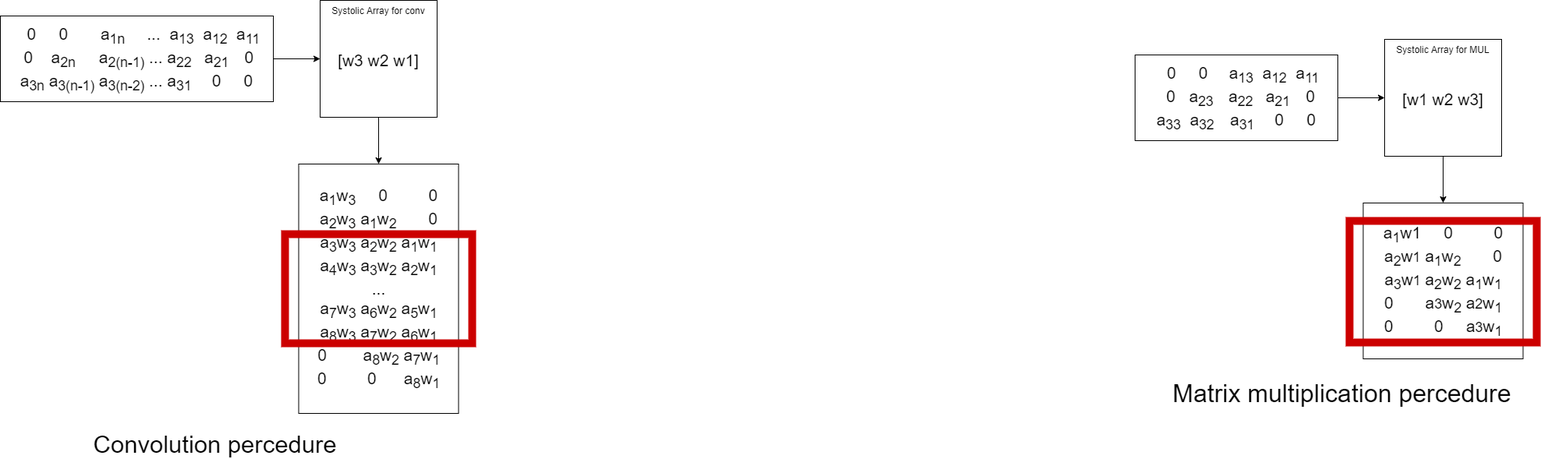
Before: whh_tpu_v1/diagram/Systolic_data_pattern.png, a diagram exported from draw.io (abdullah8a0/one-chan). Source tidied: cells renumbered, new cells last; positions are measured from the earlier drawing's top-left corner, leaving out a move shared by most shapes. Its diagram source:
```xml
<mxGraphModel>
  <root>
    <mxCell id="0" />
    <mxCell id="1" parent="0" />
    <mxCell id="2" style="edgeStyle=none;html=1;fontSize=21;" parent="1" edge="1" source="3" target="6">
      <mxGeometry relative="1" as="geometry" />
    </mxCell>
    <mxCell id="3" value="Systolic Array for conv&lt;br&gt;&lt;br&gt;&lt;br&gt;&lt;br&gt;&lt;font style=&quot;font-size: 21px&quot;&gt;[w3 w2 w1]&lt;/font&gt;" style="whiteSpace=wrap;html=1;verticalAlign=top;" parent="1" vertex="1">
      <mxGeometry x="410" width="150" height="150" as="geometry" />
    </mxCell>
    <mxCell id="4" style="edgeStyle=none;html=1;fontSize=21;" parent="1" edge="1" source="5" target="3">
      <mxGeometry relative="1" as="geometry" />
    </mxCell>
    <mxCell id="5" value="&amp;nbsp; &amp;nbsp;0&amp;nbsp;&amp;nbsp; &amp;nbsp; 0&amp;nbsp;&amp;nbsp;&lt;span style=&quot;font-size: 17.5px&quot;&gt;&amp;nbsp;&amp;nbsp; &amp;nbsp;&amp;nbsp;&lt;/span&gt;&amp;nbsp;a&lt;sub&gt;1n&amp;nbsp;&lt;/sub&gt;&amp;nbsp; &amp;nbsp; ...&amp;nbsp; a&lt;sub&gt;13&lt;/sub&gt;&amp;nbsp; a&lt;sub&gt;12&lt;/sub&gt;&amp;nbsp; a&lt;sub&gt;11&lt;/sub&gt;&lt;br&gt;&amp;nbsp;&lt;span&gt;0&amp;nbsp; &amp;nbsp; a&lt;/span&gt;&lt;sub&gt;2n&amp;nbsp; &amp;nbsp; &amp;nbsp;&lt;/sub&gt;&lt;span&gt; a&lt;/span&gt;&lt;sub&gt;2(n-1)&lt;/sub&gt;&lt;span&gt; ... a&lt;/span&gt;&lt;sub&gt;22&amp;nbsp;&lt;/sub&gt;&lt;span&gt;&amp;nbsp; a&lt;/span&gt;&lt;sub&gt;21&amp;nbsp; &amp;nbsp;&lt;/sub&gt;&lt;span&gt;&amp;nbsp;0&lt;/span&gt;&lt;br&gt;a&lt;sub&gt;3n&lt;/sub&gt; a&lt;sub&gt;3(n-1)&lt;/sub&gt; a&lt;sub&gt;3(n-2)&lt;/sub&gt;&amp;nbsp;... a&lt;sub&gt;31&amp;nbsp; &amp;nbsp;&lt;/sub&gt;&amp;nbsp; 0&amp;nbsp; &amp;nbsp; &amp;nbsp;0" style="rounded=0;whiteSpace=wrap;html=1;fontSize=21;align=center;" parent="1" vertex="1">
      <mxGeometry y="20" width="350" height="110" as="geometry" />
    </mxCell>
    <mxCell id="6" value="a&lt;sub&gt;1&lt;/sub&gt;w&lt;sub&gt;3&amp;nbsp; &amp;nbsp; &amp;nbsp; &lt;/sub&gt;0&amp;nbsp; &amp;nbsp; &amp;nbsp; &amp;nbsp; &amp;nbsp;0&lt;br&gt;a&lt;sub&gt;2&lt;/sub&gt;w&lt;sub&gt;3&lt;/sub&gt; a&lt;sub&gt;1&lt;/sub&gt;w&lt;sub&gt;2&lt;/sub&gt;&amp;nbsp; &amp;nbsp; &amp;nbsp; &amp;nbsp;0&lt;br&gt;a&lt;sub&gt;3&lt;/sub&gt;w&lt;sub&gt;3&lt;/sub&gt; a&lt;sub&gt;2&lt;/sub&gt;w&lt;sub&gt;2&lt;/sub&gt; a&lt;sub&gt;1&lt;/sub&gt;w&lt;sub&gt;1&lt;/sub&gt;&lt;br&gt;a&lt;sub&gt;4&lt;/sub&gt;w&lt;sub&gt;3&lt;/sub&gt; a&lt;sub&gt;3&lt;/sub&gt;w&lt;sub&gt;2&lt;/sub&gt; a&lt;sub&gt;2&lt;/sub&gt;w&lt;sub&gt;1&lt;/sub&gt;&lt;br&gt;...&lt;br&gt;a&lt;sub&gt;7&lt;/sub&gt;w&lt;sub&gt;3&lt;/sub&gt; a&lt;sub&gt;6&lt;/sub&gt;w&lt;sub&gt;2&lt;/sub&gt; a&lt;sub&gt;5&lt;/sub&gt;w&lt;sub&gt;1&lt;/sub&gt;&lt;br&gt;a&lt;sub&gt;8&lt;/sub&gt;w&lt;sub&gt;3&lt;/sub&gt; a&lt;sub&gt;7&lt;/sub&gt;w&lt;sub&gt;2&lt;/sub&gt; a&lt;sub&gt;6&lt;/sub&gt;w&lt;sub&gt;1&lt;/sub&gt;&lt;br&gt;0&amp;nbsp; &amp;nbsp; &amp;nbsp; &amp;nbsp; a&lt;sub&gt;8&lt;/sub&gt;w&lt;sub&gt;2&lt;/sub&gt; a&lt;sub&gt;7&lt;/sub&gt;w&lt;sub&gt;1&lt;/sub&gt;&lt;br&gt;0&amp;nbsp; &amp;nbsp; &amp;nbsp; &amp;nbsp; &amp;nbsp;0&amp;nbsp; &amp;nbsp; &amp;nbsp; a&lt;sub&gt;8&lt;/sub&gt;w&lt;sub&gt;1&lt;/sub&gt;" style="whiteSpace=wrap;html=1;fontSize=21;" parent="1" vertex="1">
      <mxGeometry x="382.5" y="210" width="205" height="320" as="geometry" />
    </mxCell>
    <mxCell id="7" style="edgeStyle=none;html=1;fontSize=21;" parent="1" edge="1" source="8" target="11">
      <mxGeometry relative="1" as="geometry" />
    </mxCell>
    <mxCell id="8" value="Systolic Array for MUL&lt;br&gt;&lt;br&gt;&lt;br&gt;&lt;br&gt;&lt;font style=&quot;font-size: 21px&quot;&gt;[w1 w2 w3]&lt;/font&gt;" style="whiteSpace=wrap;html=1;verticalAlign=top;" parent="1" vertex="1">
      <mxGeometry x="1775" y="50" width="150" height="150" as="geometry" />
    </mxCell>
    <mxCell id="9" style="edgeStyle=none;html=1;fontSize=21;" parent="1" edge="1" source="10" target="8">
      <mxGeometry relative="1" as="geometry" />
    </mxCell>
    <mxCell id="10" value="&amp;nbsp; &amp;nbsp;0&amp;nbsp;&amp;nbsp; &amp;nbsp; 0&amp;nbsp;&amp;nbsp;&lt;span style=&quot;font-size: 17.5px&quot;&gt;&amp;nbsp;&amp;nbsp;&lt;/span&gt;&amp;nbsp;a&lt;sub&gt;13&lt;/sub&gt;&amp;nbsp; a&lt;sub&gt;12&lt;/sub&gt;&amp;nbsp; a&lt;sub&gt;11&lt;/sub&gt;&lt;br&gt;&amp;nbsp; &lt;span&gt;0&amp;nbsp; &amp;nbsp;a&lt;/span&gt;&lt;sub&gt;23&amp;nbsp; &amp;nbsp;&amp;nbsp;&lt;/sub&gt;&lt;span&gt;a&lt;/span&gt;&lt;sub&gt;22&amp;nbsp;&lt;/sub&gt;&lt;span&gt;&amp;nbsp; a&lt;/span&gt;&lt;sub&gt;21&amp;nbsp; &amp;nbsp;&lt;/sub&gt;&lt;span&gt;&amp;nbsp;0&lt;/span&gt;&lt;br&gt;a&lt;sub&gt;33&lt;/sub&gt;&amp;nbsp; a&lt;sub&gt;32&amp;nbsp; &amp;nbsp;&lt;/sub&gt;&amp;nbsp;a&lt;sub&gt;31&amp;nbsp; &amp;nbsp;&lt;/sub&gt;&amp;nbsp; 0&amp;nbsp; &amp;nbsp; &amp;nbsp;0" style="rounded=0;whiteSpace=wrap;html=1;fontSize=21;align=center;" parent="1" vertex="1">
      <mxGeometry x="1455" y="70" width="260" height="110" as="geometry" />
    </mxCell>
    <mxCell id="11" value="a&lt;sub&gt;1&lt;/sub&gt;w1&lt;sub&gt;&amp;nbsp; &amp;nbsp; &amp;nbsp;&amp;nbsp;&lt;/sub&gt;0&amp;nbsp; &amp;nbsp; &amp;nbsp; &amp;nbsp; &amp;nbsp;0&lt;br&gt;a&lt;sub&gt;2&lt;/sub&gt;w&lt;span style=&quot;font-size: 17.5px&quot;&gt;1&lt;/span&gt;&amp;nbsp;a&lt;sub&gt;1&lt;/sub&gt;w&lt;sub&gt;2&lt;/sub&gt;&amp;nbsp; &amp;nbsp; &amp;nbsp; &amp;nbsp;0&lt;br&gt;a&lt;sub&gt;3&lt;/sub&gt;w&lt;span style=&quot;font-size: 17.5px&quot;&gt;1&lt;/span&gt;&amp;nbsp;a&lt;sub&gt;2&lt;/sub&gt;w&lt;sub&gt;2&lt;/sub&gt; a&lt;sub&gt;1&lt;/sub&gt;w&lt;sub&gt;1&lt;/sub&gt;&lt;br&gt;0&amp;nbsp; &amp;nbsp; &amp;nbsp; &amp;nbsp;a&lt;span style=&quot;font-size: 17.5px&quot;&gt;3&lt;/span&gt;w&lt;sub&gt;2&lt;/sub&gt; a&lt;span style=&quot;font-size: 17.5px&quot;&gt;2&lt;/span&gt;w&lt;sub&gt;1&lt;/sub&gt;&lt;br&gt;0&amp;nbsp; &amp;nbsp; &amp;nbsp; &amp;nbsp; &amp;nbsp;0&amp;nbsp; &amp;nbsp; &amp;nbsp;a&lt;span style=&quot;font-size: 17.5px&quot;&gt;3&lt;/span&gt;w&lt;sub&gt;1&lt;/sub&gt;" style="whiteSpace=wrap;html=1;fontSize=21;" parent="1" vertex="1">
      <mxGeometry x="1747.5" y="260" width="205" height="200" as="geometry" />
    </mxCell>
    <mxCell id="12" value="&lt;font style=&quot;font-size: 31px&quot;&gt;Convolution percedure&lt;/font&gt;" style="text;html=1;align=center;verticalAlign=middle;strokeColor=none;fillColor=none;fontSize=21;" parent="1" vertex="1">
      <mxGeometry x="110" y="555" width="330" height="30" as="geometry" />
    </mxCell>
    <mxCell id="13" value="&lt;font style=&quot;font-size: 32px&quot;&gt;Matrix multiplication percedure&lt;/font&gt;" style="text;html=1;align=center;verticalAlign=middle;strokeColor=none;fillColor=none;fontSize=21;" parent="1" vertex="1">
      <mxGeometry x="1495" y="490" width="450" height="30" as="geometry" />
    </mxCell>
    <mxCell id="14" style="rounded=0;whiteSpace=wrap;html=1;labelBackgroundColor=none;fontSize=21;strokeColor=#CC0000;fillColor=none;strokeWidth=10;" parent="1" vertex="1">
      <mxGeometry x="365" y="300" width="240" height="140" as="geometry" />
    </mxCell>
    <mxCell id="15" style="rounded=0;whiteSpace=wrap;html=1;labelBackgroundColor=none;fontSize=21;strokeColor=#CC0000;fillColor=none;strokeWidth=10;" parent="1" vertex="1">
      <mxGeometry x="1730" y="283" width="240" height="156" as="geometry" />
    </mxCell>
  </root>
</mxGraphModel>
```
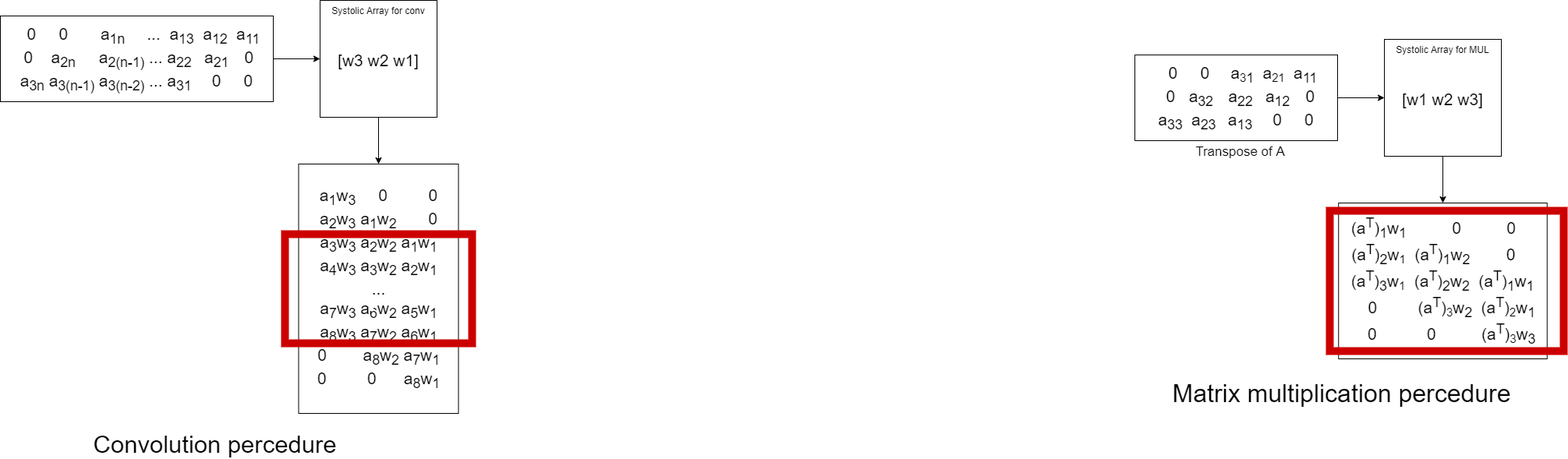
The same diagram one commit later.

Change to the diagram source:
```diff
@@ -26,11 +26,11 @@
     <mxCell id="9" style="edgeStyle=none;html=1;fontSize=21;" parent="1" edge="1" source="10" target="8">
       <mxGeometry relative="1" as="geometry" />
     </mxCell>
-    <mxCell id="10" value="&amp;nbsp; &amp;nbsp;0&amp;nbsp;&amp;nbsp; &amp;nbsp; 0&amp;nbsp;&amp;nbsp;&lt;span style=&quot;font-size: 17.5px&quot;&gt;&amp;nbsp;&amp;nbsp;&lt;/span&gt;&amp;nbsp;a&lt;sub&gt;13&lt;/sub&gt;&amp;nbsp; a&lt;sub&gt;12&lt;/sub&gt;&amp;nbsp; a&lt;sub&gt;11&lt;/sub&gt;&lt;br&gt;&amp;nbsp; &lt;span&gt;0&amp;nbsp; &amp;nbsp;a&lt;/span&gt;&lt;sub&gt;23&amp;nbsp; &amp;nbsp;&amp;nbsp;&lt;/sub&gt;&lt;span&gt;a&lt;/span&gt;&lt;sub&gt;22&amp;nbsp;&lt;/sub&gt;&lt;span&gt;&amp;nbsp; a&lt;/span&gt;&lt;sub&gt;21&amp;nbsp; &amp;nbsp;&lt;/sub&gt;&lt;span&gt;&amp;nbsp;0&lt;/span&gt;&lt;br&gt;a&lt;sub&gt;33&lt;/sub&gt;&amp;nbsp; a&lt;sub&gt;32&amp;nbsp; &amp;nbsp;&lt;/sub&gt;&amp;nbsp;a&lt;sub&gt;31&amp;nbsp; &amp;nbsp;&lt;/sub&gt;&amp;nbsp; 0&amp;nbsp; &amp;nbsp; &amp;nbsp;0" style="rounded=0;whiteSpace=wrap;html=1;fontSize=21;align=center;" parent="1" vertex="1">
+    <mxCell id="10" value="&amp;nbsp; &amp;nbsp;0&amp;nbsp;&amp;nbsp; &amp;nbsp; 0&amp;nbsp;&amp;nbsp;&lt;span style=&quot;font-size: 17.5px&quot;&gt;&amp;nbsp;&amp;nbsp;&lt;/span&gt;&amp;nbsp;a&lt;span style=&quot;font-size: 17.5px&quot;&gt;&lt;sub&gt;3&lt;/sub&gt;&lt;/span&gt;&lt;sub&gt;1&lt;/sub&gt;&amp;nbsp; a&lt;span style=&quot;font-size: 17.5px&quot;&gt;&lt;sub&gt;21&lt;/sub&gt;&lt;/span&gt;&amp;nbsp; a&lt;sub&gt;11&lt;/sub&gt;&lt;br&gt;&amp;nbsp; &lt;span&gt;0&amp;nbsp; &amp;nbsp;a&lt;/span&gt;&lt;sub&gt;32&amp;nbsp; &amp;nbsp;&amp;nbsp;&lt;/sub&gt;&lt;span&gt;a&lt;/span&gt;&lt;sub&gt;22&amp;nbsp;&lt;/sub&gt;&lt;span&gt;&amp;nbsp; a&lt;/span&gt;&lt;sub&gt;12&amp;nbsp; &amp;nbsp;&lt;/sub&gt;&lt;span&gt;&amp;nbsp;0&lt;/span&gt;&lt;br&gt;a&lt;sub&gt;33&lt;/sub&gt;&amp;nbsp; a&lt;sub&gt;23&amp;nbsp;&amp;nbsp;&lt;/sub&gt;&amp;nbsp;a&lt;sub&gt;13&amp;nbsp; &amp;nbsp;&lt;/sub&gt;&amp;nbsp; 0&amp;nbsp; &amp;nbsp; &amp;nbsp;0" style="rounded=0;whiteSpace=wrap;html=1;fontSize=21;align=center;" parent="1" vertex="1">
       <mxGeometry x="1455" y="70" width="260" height="110" as="geometry" />
     </mxCell>
-    <mxCell id="11" value="a&lt;sub&gt;1&lt;/sub&gt;w1&lt;sub&gt;&amp;nbsp; &amp;nbsp; &amp;nbsp;&amp;nbsp;&lt;/sub&gt;0&amp;nbsp; &amp;nbsp; &amp;nbsp; &amp;nbsp; &amp;nbsp;0&lt;br&gt;a&lt;sub&gt;2&lt;/sub&gt;w&lt;span style=&quot;font-size: 17.5px&quot;&gt;1&lt;/span&gt;&amp;nbsp;a&lt;sub&gt;1&lt;/sub&gt;w&lt;sub&gt;2&lt;/sub&gt;&amp;nbsp; &amp;nbsp; &amp;nbsp; &amp;nbsp;0&lt;br&gt;a&lt;sub&gt;3&lt;/sub&gt;w&lt;span style=&quot;font-size: 17.5px&quot;&gt;1&lt;/span&gt;&amp;nbsp;a&lt;sub&gt;2&lt;/sub&gt;w&lt;sub&gt;2&lt;/sub&gt; a&lt;sub&gt;1&lt;/sub&gt;w&lt;sub&gt;1&lt;/sub&gt;&lt;br&gt;0&amp;nbsp; &amp;nbsp; &amp;nbsp; &amp;nbsp;a&lt;span style=&quot;font-size: 17.5px&quot;&gt;3&lt;/span&gt;w&lt;sub&gt;2&lt;/sub&gt; a&lt;span style=&quot;font-size: 17.5px&quot;&gt;2&lt;/span&gt;w&lt;sub&gt;1&lt;/sub&gt;&lt;br&gt;0&amp;nbsp; &amp;nbsp; &amp;nbsp; &amp;nbsp; &amp;nbsp;0&amp;nbsp; &amp;nbsp; &amp;nbsp;a&lt;span style=&quot;font-size: 17.5px&quot;&gt;3&lt;/span&gt;w&lt;sub&gt;1&lt;/sub&gt;" style="whiteSpace=wrap;html=1;fontSize=21;" parent="1" vertex="1">
-      <mxGeometry x="1747.5" y="260" width="205" height="200" as="geometry" />
+    <mxCell id="11" value="(a&lt;sup&gt;T&lt;/sup&gt;&lt;span style=&quot;font-size: 21px&quot;&gt;)&lt;/span&gt;&lt;sub&gt;1&lt;/sub&gt;w&lt;sub&gt;1&amp;nbsp; &amp;nbsp; &amp;nbsp; &amp;nbsp; &amp;nbsp; &amp;nbsp;&amp;nbsp;&lt;/sub&gt;0&amp;nbsp; &amp;nbsp; &amp;nbsp; &amp;nbsp; &amp;nbsp; 0&amp;nbsp; &amp;nbsp;&amp;nbsp;&lt;br&gt;(a&lt;sup&gt;T&lt;/sup&gt;)&lt;sub&gt;2&lt;/sub&gt;w&lt;span style=&quot;font-size: 17.5px&quot;&gt;&lt;sub&gt;1&lt;/sub&gt;&lt;/span&gt;&amp;nbsp; (a&lt;sup&gt;T&lt;/sup&gt;)&lt;sub&gt;1&lt;/sub&gt;w&lt;sub&gt;2&lt;/sub&gt;&amp;nbsp; &amp;nbsp; &amp;nbsp; &amp;nbsp; 0&amp;nbsp; &amp;nbsp;&amp;nbsp;&lt;br&gt;(a&lt;sup&gt;T&lt;/sup&gt;)&lt;sub&gt;3&lt;/sub&gt;w&lt;span style=&quot;font-size: 17.5px&quot;&gt;&lt;sub&gt;1&lt;/sub&gt;&lt;/span&gt;&amp;nbsp; (a&lt;sup&gt;T&lt;/sup&gt;)&lt;sub&gt;2&lt;/sub&gt;w&lt;sub&gt;2&lt;/sub&gt;&amp;nbsp; (a&lt;sup&gt;T&lt;/sup&gt;)&lt;sub&gt;1&lt;/sub&gt;w&lt;sub&gt;1&lt;/sub&gt;&lt;br&gt;&amp;nbsp; &amp;nbsp; 0&amp;nbsp; &amp;nbsp; &amp;nbsp; &amp;nbsp; &amp;nbsp;(a&lt;sup&gt;T&lt;/sup&gt;)&lt;span style=&quot;font-size: 17.5px&quot;&gt;&lt;sub&gt;3&lt;/sub&gt;&lt;/span&gt;w&lt;sub&gt;2&lt;/sub&gt;&amp;nbsp; (a&lt;sup&gt;T&lt;/sup&gt;)&lt;span style=&quot;font-size: 17.5px&quot;&gt;&lt;sub&gt;2&lt;/sub&gt;&lt;/span&gt;w&lt;sub&gt;1&lt;/sub&gt;&lt;br&gt;&amp;nbsp; &amp;nbsp; 0&amp;nbsp; &amp;nbsp; &amp;nbsp; &amp;nbsp; &amp;nbsp; &amp;nbsp;0&amp;nbsp; &amp;nbsp; &amp;nbsp; &amp;nbsp; &amp;nbsp; (a&lt;sup&gt;T&lt;/sup&gt;)&lt;span style=&quot;font-size: 17.5px&quot;&gt;&lt;sub&gt;3&lt;/sub&gt;&lt;/span&gt;w&lt;sub&gt;3&lt;/sub&gt;" style="whiteSpace=wrap;html=1;fontSize=21;" parent="1" vertex="1">
+      <mxGeometry x="1716.2" y="260" width="267.5" height="200" as="geometry" />
     </mxCell>
     <mxCell id="12" value="&lt;font style=&quot;font-size: 31px&quot;&gt;Convolution percedure&lt;/font&gt;" style="text;html=1;align=center;verticalAlign=middle;strokeColor=none;fillColor=none;fontSize=21;" parent="1" vertex="1">
       <mxGeometry x="110" y="555" width="330" height="30" as="geometry" />
@@ -42,7 +42,10 @@
       <mxGeometry x="365" y="300" width="240" height="140" as="geometry" />
     </mxCell>
     <mxCell id="15" style="rounded=0;whiteSpace=wrap;html=1;labelBackgroundColor=none;fontSize=21;strokeColor=#CC0000;fillColor=none;strokeWidth=10;" parent="1" vertex="1">
-      <mxGeometry x="1730" y="283" width="240" height="156" as="geometry" />
+      <mxGeometry x="1705" y="270" width="300" height="180" as="geometry" />
     </mxCell>
+    <mxCell id="16" value="Transpose of A" style="text;html=1;align=center;verticalAlign=middle;strokeColor=none;fillColor=none;fontSize=17;" parent="1" vertex="1">
+      <mxGeometry x="1525" y="180" width="130" height="30" as="geometry" />
+    </mxCell>
   </root>
 </mxGraphModel>
```
